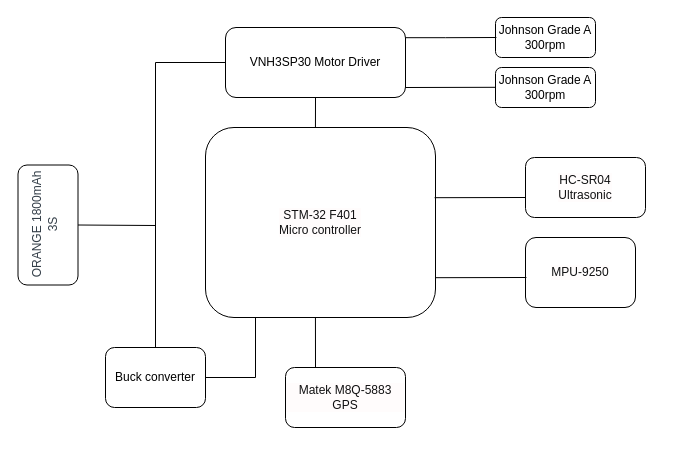
Earlier version of the draw.io diagram ManasUGV_SA.drawio (namanbsanghvi/Manas). Source tidied: cells renumbered, new cells numbered last; positions are measured from the earlier drawing's top-left corner, leaving out a move shared by most shapes. Both pictures are drawn from the tidied source at 100%, with x=0, y=0 at pixel (-13, 17).
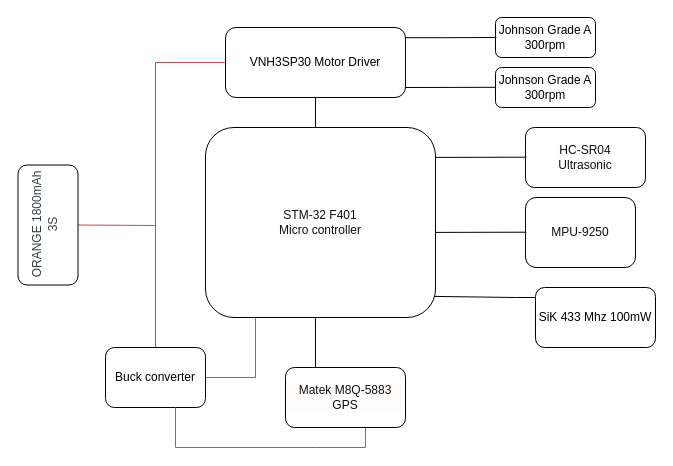
After the change.

Unchanged cells that the change refers to:
```xml
<mxCell id="2" value="STM-32 F401&lt;br&gt;Micro controller" style="rounded=1;whiteSpace=wrap;html=1;labelBackgroundColor=#FFFCFC;fontColor=#111112;" parent="1" vertex="1">
  <mxGeometry x="218" y="110" width="230" height="190" as="geometry" />
</mxCell>
<mxCell id="7" value="&lt;p style=&quot;box-sizing: border-box ; margin-top: 0px ; margin-bottom: 0.48em ; line-height: 1.28em ; color: rgb(51 , 62 , 72)&quot;&gt;&lt;font style=&quot;line-height: 1.2 ; font-size: 12px&quot;&gt;ORANGE 1800mAh 3S&lt;/font&gt;&lt;/p&gt;" style="rounded=1;whiteSpace=wrap;html=1;rotation=-90;" parent="1" vertex="1">
  <mxGeometry x="0.5" y="177.5" width="120" height="60" as="geometry" />
</mxCell>
<mxCell id="9" value="Buck converter" style="rounded=1;whiteSpace=wrap;html=1;align=center;" parent="1" vertex="1">
  <mxGeometry x="118" y="330" width="100" height="60" as="geometry" />
</mxCell>
<mxCell id="10" value="VNH3SP30 Motor Driver" style="rounded=1;whiteSpace=wrap;html=1;" parent="1" vertex="1">
  <mxGeometry x="238" y="10" width="180" height="70" as="geometry" />
</mxCell>
```

What changed in the source:
```diff
@@
     <mxCell id="3" value="HC-SR04&lt;br&gt;Ultrasonic" style="rounded=1;whiteSpace=wrap;html=1;labelBackgroundColor=#FFFCFC;fontColor=#111112;" parent="1" vertex="1">
-      <mxGeometry x="538" y="140" width="120" height="60" as="geometry" />
+      <mxGeometry x="538" y="110" width="120" height="60" as="geometry" />
     </mxCell>
     <mxCell id="4" value="MPU-9250" style="rounded=1;whiteSpace=wrap;html=1;labelBackgroundColor=#FFFCFC;fontColor=#111112;" parent="1" vertex="1">
-      <mxGeometry x="538" y="220" width="110" height="70" as="geometry" />
+      <mxGeometry x="538" y="180" width="110" height="70" as="geometry" />
     </mxCell>
@@
-    <mxCell id="6" style="edgeStyle=none;rounded=0;jettySize=auto;html=1;exitX=0.5;exitY=1;exitDx=0;exitDy=0;endArrow=none;endFill=0;entryX=0;entryY=0.5;entryDx=0;entryDy=0;" parent="1" edge="1" source="7" target="10">
+    <mxCell id="6" style="edgeStyle=none;rounded=0;jettySize=auto;html=1;exitX=0.5;exitY=1;exitDx=0;exitDy=0;endArrow=none;endFill=0;entryX=0;entryY=0.5;entryDx=0;entryDy=0;fillColor=#f8cecc;strokeColor=#b85450;" parent="1" edge="1" source="7" target="10">
       <mxGeometry relative="1" as="geometry">
         <Array as="points">
           <mxPoint x="168" y="208" />
           <mxPoint x="168" y="45" />
         </Array>
       </mxGeometry>
     </mxCell>
@@
-    <mxCell id="8" style="edgeStyle=none;rounded=0;jettySize=auto;html=1;exitX=0.5;exitY=0;exitDx=0;exitDy=0;endArrow=none;endFill=0;" parent="1" edge="1" source="9">
+    <mxCell id="8" style="edgeStyle=none;rounded=0;jettySize=auto;html=1;exitX=0.5;exitY=0;exitDx=0;exitDy=0;endArrow=none;endFill=0;fillColor=#f8cecc;strokeColor=#b85450;" parent="1" edge="1" source="9">
       <mxGeometry relative="1" as="geometry">
         <mxPoint x="168" y="200" as="targetPoint" />
       </mxGeometry>
     </mxCell>
@@
     <mxCell id="15" style="endArrow=none;html=1;rounded=0;entryX=0.013;entryY=0.44;entryDx=0;entryDy=0;entryPerimeter=0;" parent="1" edge="1">
       <mxGeometry relative="1" as="geometry">
-        <mxPoint x="447.1" y="180.2" as="sourcePoint" />
-        <mxPoint x="538" y="180" as="targetPoint" />
+        <mxPoint x="448" y="139.9" as="sourcePoint" />
+        <mxPoint x="538.9" y="139.7" as="targetPoint" />
       </mxGeometry>
     </mxCell>
     <mxCell id="16" style="endArrow=none;html=1;rounded=0;entryX=0.013;entryY=0.44;entryDx=0;entryDy=0;entryPerimeter=0;" parent="1" edge="1">
       <mxGeometry relative="1" as="geometry">
-        <mxPoint x="448" y="260.2" as="sourcePoint" />
-        <mxPoint x="538.9" y="260" as="targetPoint" />
+        <mxPoint x="448" y="214.9" as="sourcePoint" />
+        <mxPoint x="538.9" y="214.7" as="targetPoint" />
       </mxGeometry>
     </mxCell>
@@
-    <mxCell id="18" style="endArrow=none;html=1;rounded=0;entryX=1;entryY=0.5;entryDx=0;entryDy=0;" parent="1" edge="1" target="9">
+    <mxCell id="18" style="endArrow=none;html=1;rounded=0;entryX=1;entryY=0.5;entryDx=0;entryDy=0;fillColor=#f8cecc;strokeColor=#b85450;" parent="1" edge="1" target="9">
       <mxGeometry relative="1" as="geometry">
         <mxPoint x="268" y="300" as="sourcePoint" />
         <Array as="points">
           <mxPoint x="268" y="360" />
         </Array>
       </mxGeometry>
     </mxCell>
@@
+    <mxCell id="20" value="SiK 433 Mhz 100mW" style="rounded=1;whiteSpace=wrap;html=1;" parent="1" vertex="1">
+      <mxGeometry x="548" y="270" width="120" height="60" as="geometry" />
+    </mxCell>
+    <mxCell id="21" style="endArrow=none;html=1;rounded=0;exitX=0.994;exitY=0.889;exitDx=0;exitDy=0;exitPerimeter=0;" parent="1" edge="1" source="2">
+      <mxGeometry relative="1" as="geometry">
+        <mxPoint x="548" y="280" as="targetPoint" />
+        <Array as="points">
+          <mxPoint x="528" y="280" />
+        </Array>
+      </mxGeometry>
+    </mxCell>
+    <mxCell id="22" style="endArrow=none;html=1;rounded=0;fillColor=#f8cecc;strokeColor=#b85450;" parent="1" edge="1">
+      <mxGeometry relative="1" as="geometry">
+        <mxPoint x="188" y="390" as="sourcePoint" />
+        <mxPoint x="328" y="430" as="targetPoint" />
+        <Array as="points">
+          <mxPoint x="188" y="430" />
+        </Array>
+      </mxGeometry>
+    </mxCell>
+    <mxCell id="23" style="endArrow=none;html=1;rounded=0;entryX=1;entryY=0.5;entryDx=0;entryDy=0;fillColor=#f8cecc;strokeColor=#b85450;" parent="1" edge="1">
+      <mxGeometry relative="1" as="geometry">
+        <mxPoint x="378" y="410" as="sourcePoint" />
+        <mxPoint x="328" y="430" as="targetPoint" />
+        <Array as="points">
+          <mxPoint x="378" y="430" />
+        </Array>
+      </mxGeometry>
+    </mxCell>
```
